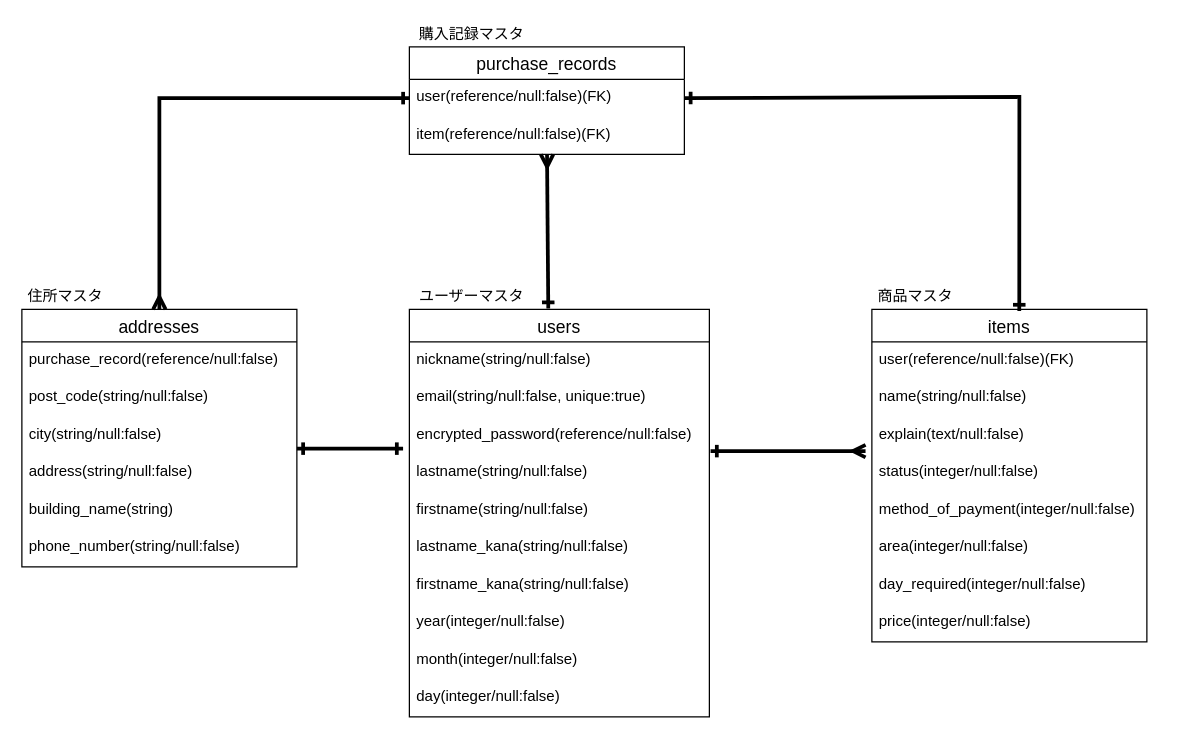
Above: ER.dio in Shira3yuriharu/furima-32353 (draw.io), before the change. Source tidied: cells renumbered, new cells numbered last; positions are measured from the earlier drawing's top-left corner, leaving out a move shared by most shapes. Both pictures are drawn from the tidied source at 125%, with x=0, y=0 at pixel (21, 21).
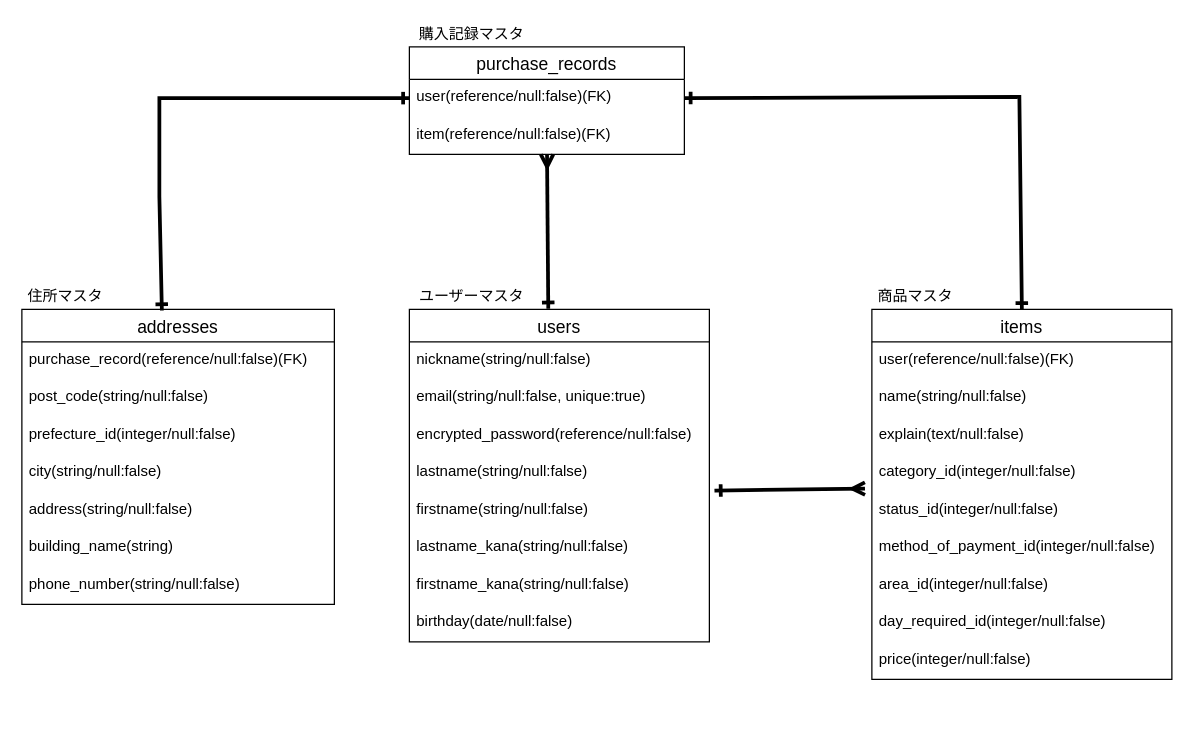
The same diagram, later.

Commit message (it also covers changes not shown here):
メンターの方からの指摘対応②

The change refers to these unchanged cells:
```xml
<mxCell id="12" value="encrypted_password(reference/null:false)" style="text;strokeColor=none;fillColor=none;spacingLeft=4;spacingRight=4;overflow=hidden;points=[[0,0.5],[1,0.5]];portConstraint=eastwest;fontSize=12;" parent="9" vertex="1">
  <mxGeometry y="86" width="240" height="30" as="geometry" />
</mxCell>
<mxCell id="13" value="lastname(string/null:false)" style="text;strokeColor=none;fillColor=none;spacingLeft=4;spacingRight=4;overflow=hidden;points=[[0,0.5],[1,0.5]];portConstraint=eastwest;fontSize=12;" parent="9" vertex="1">
  <mxGeometry y="116" width="240" height="30" as="geometry" />
</mxCell>
<mxCell id="14" value="firstname(string/null:false)" style="text;strokeColor=none;fillColor=none;spacingLeft=4;spacingRight=4;overflow=hidden;points=[[0,0.5],[1,0.5]];portConstraint=eastwest;fontSize=12;" parent="9" vertex="1">
  <mxGeometry y="146" width="240" height="30" as="geometry" />
</mxCell>
<mxCell id="33" value="user(reference/null:false)(FK)" style="text;strokeColor=none;fillColor=none;spacingLeft=4;spacingRight=4;overflow=hidden;points=[[0,0.5],[1,0.5]];portConstraint=eastwest;fontSize=12;" parent="32" vertex="1">
  <mxGeometry y="26" width="220" height="30" as="geometry" />
</mxCell>
```

Change to the diagram source:
```diff
@@
     <mxCell id="2" value="addresses" style="swimlane;fontStyle=0;horizontal=1;startSize=26;align=center;fontSize=14;" parent="1" vertex="1">
-      <mxGeometry y="230" width="220" height="206" as="geometry" />
+      <mxGeometry y="230" width="250" height="236" as="geometry" />
     </mxCell>
-    <mxCell id="3" value="purchase_record(reference/null:false)" style="text;strokeColor=none;fillColor=none;spacingLeft=4;spacingRight=4;overflow=hidden;fontSize=12;" parent="2" vertex="1">
-      <mxGeometry y="26" width="220" height="30" as="geometry" />
+    <mxCell id="3" value="purchase_record(reference/null:false)(FK)" style="text;strokeColor=none;fillColor=none;spacingLeft=4;spacingRight=4;overflow=hidden;fontSize=12;" parent="2" vertex="1">
+      <mxGeometry y="26" width="250" height="30" as="geometry" />
     </mxCell>
     <mxCell id="4" value="post_code(string/null:false)" style="text;strokeColor=none;fillColor=none;spacingLeft=4;spacingRight=4;overflow=hidden;fontSize=12;" parent="2" vertex="1">
-      <mxGeometry y="56" width="220" height="30" as="geometry" />
+      <mxGeometry y="56" width="250" height="30" as="geometry" />
     </mxCell>
+    <mxCell id="41" value="prefecture_id(integer/null:false)" style="text;strokeColor=none;fillColor=none;spacingLeft=4;spacingRight=4;overflow=hidden;fontSize=12;" parent="2" vertex="1">
+      <mxGeometry y="86" width="250" height="30" as="geometry" />
+    </mxCell>
     <mxCell id="5" value="city(string/null:false)" style="text;strokeColor=none;fillColor=none;spacingLeft=4;spacingRight=4;overflow=hidden;points=[[0,0.5],[1,0.5]];portConstraint=eastwest;fontSize=12;" parent="2" vertex="1">
-      <mxGeometry y="86" width="220" height="30" as="geometry" />
+      <mxGeometry y="116" width="250" height="30" as="geometry" />
     </mxCell>
     <mxCell id="6" value="address(string/null:false)" style="text;strokeColor=none;fillColor=none;spacingLeft=4;spacingRight=4;overflow=hidden;fontSize=12;" parent="2" vertex="1">
-      <mxGeometry y="116" width="220" height="30" as="geometry" />
+      <mxGeometry y="146" width="250" height="30" as="geometry" />
     </mxCell>
     <mxCell id="7" value="building_name(string)" style="text;strokeColor=none;fillColor=none;spacingLeft=4;spacingRight=4;overflow=hidden;fontSize=12;" parent="2" vertex="1">
-      <mxGeometry y="146" width="220" height="30" as="geometry" />
+      <mxGeometry y="176" width="250" height="30" as="geometry" />
     </mxCell>
     <mxCell id="8" value="phone_number(string/null:false)" style="text;strokeColor=none;fillColor=none;spacingLeft=4;spacingRight=4;overflow=hidden;fontSize=12;" parent="2" vertex="1">
-      <mxGeometry y="176" width="220" height="30" as="geometry" />
+      <mxGeometry y="206" width="250" height="30" as="geometry" />
     </mxCell>
     <mxCell id="9" value="users" style="swimlane;fontStyle=0;horizontal=1;startSize=26;align=center;fontSize=14;" parent="1" vertex="1">
-      <mxGeometry x="310" y="230" width="240" height="326" as="geometry" />
+      <mxGeometry x="310" y="230" width="240" height="266" as="geometry" />
     </mxCell>
@@
-    <mxCell id="17" value="year(integer/null:false)" style="text;strokeColor=none;fillColor=none;spacingLeft=4;spacingRight=4;overflow=hidden;fontSize=12;" parent="9" vertex="1">
+    <mxCell id="17" value="birthday(date/null:false)" style="text;strokeColor=none;fillColor=none;spacingLeft=4;spacingRight=4;overflow=hidden;fontSize=12;" parent="9" vertex="1">
       <mxGeometry y="236" width="240" height="30" as="geometry" />
     </mxCell>
-    <mxCell id="18" value="month(integer/null:false)" style="text;strokeColor=none;fillColor=none;spacingLeft=4;spacingRight=4;overflow=hidden;fontSize=12;" parent="9" vertex="1">
-      <mxGeometry y="266" width="240" height="30" as="geometry" />
-    </mxCell>
-    <mxCell id="19" value="day(integer/null:false)" style="text;strokeColor=none;fillColor=none;spacingLeft=4;spacingRight=4;overflow=hidden;fontSize=12;" parent="9" vertex="1">
-      <mxGeometry y="296" width="240" height="30" as="geometry" />
-    </mxCell>
     <mxCell id="20" value="items" style="swimlane;fontStyle=0;horizontal=1;startSize=26;align=center;fontSize=14;" parent="1" vertex="1">
-      <mxGeometry x="680" y="230" width="220" height="266" as="geometry" />
+      <mxGeometry x="680" y="230" width="240" height="296" as="geometry" />
     </mxCell>
     <mxCell id="21" value="user(reference/null:false)(FK)" style="text;strokeColor=none;fillColor=none;spacingLeft=4;spacingRight=4;overflow=hidden;fontSize=12;" parent="20" vertex="1">
-      <mxGeometry y="26" width="220" height="30" as="geometry" />
+      <mxGeometry y="26" width="240" height="30" as="geometry" />
     </mxCell>
     <mxCell id="22" value="name(string/null:false)" style="text;strokeColor=none;fillColor=none;spacingLeft=4;spacingRight=4;overflow=hidden;fontSize=12;" parent="20" vertex="1">
-      <mxGeometry y="56" width="220" height="30" as="geometry" />
+      <mxGeometry y="56" width="240" height="30" as="geometry" />
     </mxCell>
     <mxCell id="23" value="explain(text/null:false)" style="text;strokeColor=none;fillColor=none;spacingLeft=4;spacingRight=4;overflow=hidden;fontSize=12;" parent="20" vertex="1">
-      <mxGeometry y="86" width="220" height="30" as="geometry" />
+      <mxGeometry y="86" width="240" height="30" as="geometry" />
     </mxCell>
+    <mxCell id="42" value="category_id(integer/null:false)" style="text;strokeColor=none;fillColor=none;spacingLeft=4;spacingRight=4;overflow=hidden;fontSize=12;" parent="20" vertex="1">
+      <mxGeometry y="116" width="240" height="30" as="geometry" />
+    </mxCell>
-    <mxCell id="24" value="status(integer/null:false)" style="text;strokeColor=none;fillColor=none;spacingLeft=4;spacingRight=4;overflow=hidden;points=[[0,0.5],[1,0.5]];portConstraint=eastwest;fontSize=12;" parent="20" vertex="1">
-      <mxGeometry y="116" width="220" height="30" as="geometry" />
+    <mxCell id="24" value="status_id(integer/null:false)" style="text;strokeColor=none;fillColor=none;spacingLeft=4;spacingRight=4;overflow=hidden;points=[[0,0.5],[1,0.5]];portConstraint=eastwest;fontSize=12;" parent="20" vertex="1">
+      <mxGeometry y="146" width="240" height="30" as="geometry" />
     </mxCell>
-    <mxCell id="25" value="method_of_payment(integer/null:false)" style="text;strokeColor=none;fillColor=none;spacingLeft=4;spacingRight=4;overflow=hidden;fontSize=12;" parent="20" vertex="1">
-      <mxGeometry y="146" width="220" height="30" as="geometry" />
+    <mxCell id="25" value="method_of_payment_id(integer/null:false)" style="text;strokeColor=none;fillColor=none;spacingLeft=4;spacingRight=4;overflow=hidden;fontSize=12;" parent="20" vertex="1">
+      <mxGeometry y="176" width="240" height="30" as="geometry" />
     </mxCell>
-    <mxCell id="26" value="area(integer/null:false)" style="text;strokeColor=none;fillColor=none;spacingLeft=4;spacingRight=4;overflow=hidden;fontSize=12;" parent="20" vertex="1">
-      <mxGeometry y="176" width="220" height="30" as="geometry" />
+    <mxCell id="26" value="area_id(integer/null:false)" style="text;strokeColor=none;fillColor=none;spacingLeft=4;spacingRight=4;overflow=hidden;fontSize=12;" parent="20" vertex="1">
+      <mxGeometry y="206" width="240" height="30" as="geometry" />
     </mxCell>
-    <mxCell id="27" value="day_required(integer/null:false)" style="text;strokeColor=none;fillColor=none;spacingLeft=4;spacingRight=4;overflow=hidden;fontSize=12;" parent="20" vertex="1">
-      <mxGeometry y="206" width="220" height="30" as="geometry" />
+    <mxCell id="27" value="day_required_id(integer/null:false)" style="text;strokeColor=none;fillColor=none;spacingLeft=4;spacingRight=4;overflow=hidden;fontSize=12;" parent="20" vertex="1">
+      <mxGeometry y="236" width="240" height="30" as="geometry" />
     </mxCell>
     <mxCell id="28" value="price(integer/null:false)" style="text;strokeColor=none;fillColor=none;spacingLeft=4;spacingRight=4;overflow=hidden;fontSize=12;" parent="20" vertex="1">
-      <mxGeometry y="236" width="220" height="30" as="geometry" />
+      <mxGeometry y="266" width="240" height="30" as="geometry" />
     </mxCell>
@@
-    <mxCell id="37" style="endArrow=ERmany;html=1;rounded=0;endFill=0;startArrow=ERone;startFill=0;jumpSize=16;strokeWidth=3;entryX=-0.023;entryY=-0.087;entryDx=0;entryDy=0;exitX=1.004;exitY=-0.087;exitDx=0;exitDy=0;entryPerimeter=0;exitPerimeter=0;" parent="1" edge="1" source="13" target="24">
+    <mxCell id="37" style="endArrow=ERmany;html=1;rounded=0;endFill=0;startArrow=ERone;startFill=0;jumpSize=16;strokeWidth=3;entryX=-0.023;entryY=-0.087;entryDx=0;entryDy=0;exitX=1.017;exitY=-0.033;exitDx=0;exitDy=0;entryPerimeter=0;exitPerimeter=0;" parent="1" edge="1" source="14" target="24">
       <mxGeometry relative="1" as="geometry" />
     </mxCell>
-    <mxCell id="38" style="endArrow=ERone;html=1;rounded=0;endFill=0;startArrow=ERone;startFill=0;jumpSize=16;strokeWidth=3;entryX=-0.021;entryY=0.847;entryDx=0;entryDy=0;exitX=1;exitY=0.847;exitDx=0;exitDy=0;exitPerimeter=0;entryPerimeter=0;" parent="1" edge="1" source="5" target="12">
-      <mxGeometry relative="1" as="geometry" />
-    </mxCell>
-    <mxCell id="39" style="endArrow=ERone;html=1;rounded=0;endFill=0;startArrow=ERone;startFill=0;jumpSize=16;strokeWidth=3;entryX=1;entryY=0.5;entryDx=0;entryDy=0;exitX=0.536;exitY=0.005;exitDx=0;exitDy=0;exitPerimeter=0;" parent="1" edge="1" source="20" target="33">
+    <mxCell id="39" style="endArrow=ERone;html=1;rounded=0;endFill=0;startArrow=ERone;startFill=0;jumpSize=16;strokeWidth=3;entryX=1;entryY=0.5;entryDx=0;entryDy=0;exitX=0.5;exitY=0;exitDx=0;exitDy=0;" parent="1" edge="1" source="20" target="33">
       <mxGeometry relative="1" as="geometry">
         <Array as="points">
           <mxPoint x="798" y="60" />
         </Array>
       </mxGeometry>
     </mxCell>
-    <mxCell id="40" style="endArrow=ERone;html=1;rounded=0;endFill=0;startArrow=ERmany;startFill=0;jumpSize=16;strokeWidth=3;entryX=0;entryY=0.5;entryDx=0;entryDy=0;exitX=0.5;exitY=0;exitDx=0;exitDy=0;" parent="1" edge="1" source="2" target="33">
+    <mxCell id="40" style="endArrow=ERone;html=1;rounded=0;endFill=0;startArrow=ERone;startFill=0;jumpSize=16;strokeWidth=3;entryX=0;entryY=0.5;entryDx=0;entryDy=0;exitX=0.448;exitY=0.004;exitDx=0;exitDy=0;exitPerimeter=0;" parent="1" edge="1" source="2" target="33">
       <mxGeometry relative="1" as="geometry">
         <Array as="points">
           <mxPoint x="110" y="140" />
           <mxPoint x="110" y="61" />
         </Array>
       </mxGeometry>
     </mxCell>
```
